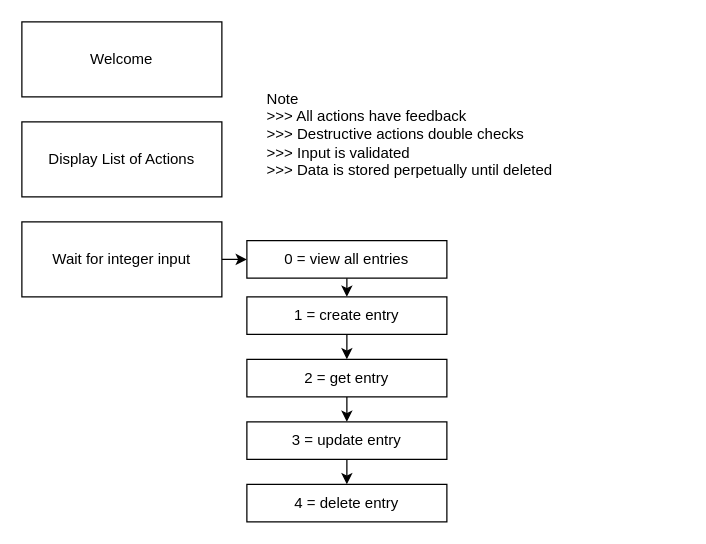
This is page "UX Logic" (1 of 2) of dev/logic.drawio from andodaryl/command-line-journal, a draw.io file, before an edit. Source tidied: cells renumbered, new cells numbered last; positions are measured from the earlier drawing's top-left corner, leaving out a move shared by most shapes. Both pictures are drawn from the tidied source at 125%, with x=0, y=0 at pixel (21, 21).
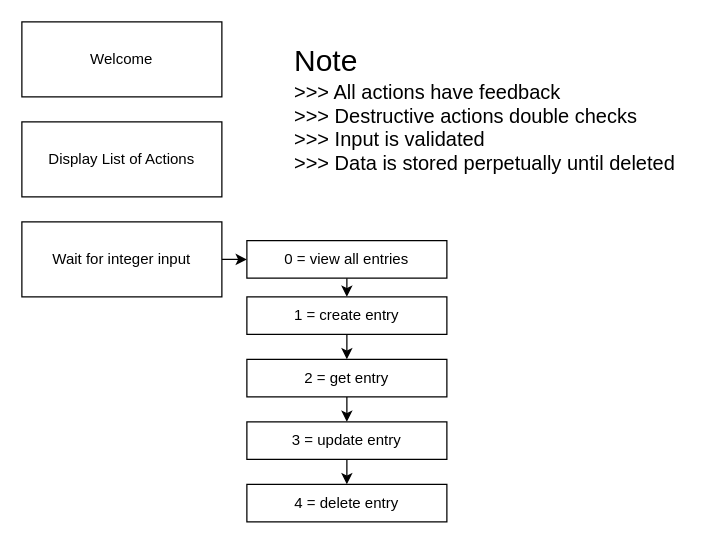
After the change.

Diff of the diagram source:
```diff
@@
 <mxGraphModel>
   <root>
     <mxCell id="0" />
     <mxCell id="1" parent="0" />
     <mxCell id="2" value="Welcome" style="whiteSpace=wrap;html=1;" parent="1" vertex="1">
       <mxGeometry width="160" height="60" as="geometry" />
     </mxCell>
     <mxCell id="3" value="Display List of Actions" style="whiteSpace=wrap;html=1;" parent="1" vertex="1">
       <mxGeometry y="80" width="160" height="60" as="geometry" />
     </mxCell>
     <mxCell id="4" style="edgeStyle=none;html=1;" parent="1" edge="1" source="5" target="7">
       <mxGeometry relative="1" as="geometry" />
     </mxCell>
     <mxCell id="5" value="Wait for integer input" style="whiteSpace=wrap;html=1;" parent="1" vertex="1">
       <mxGeometry y="160" width="160" height="60" as="geometry" />
     </mxCell>
     <mxCell id="6" style="edgeStyle=none;html=1;" parent="1" edge="1" source="7" target="9">
       <mxGeometry relative="1" as="geometry" />
     </mxCell>
     <mxCell id="7" value="0 = view all entries" style="whiteSpace=wrap;html=1;" parent="1" vertex="1">
       <mxGeometry x="180" y="175" width="160" height="30" as="geometry" />
     </mxCell>
     <mxCell id="8" style="edgeStyle=none;html=1;" parent="1" edge="1" source="9" target="11">
       <mxGeometry relative="1" as="geometry" />
     </mxCell>
     <mxCell id="9" value="1 = create entry" style="whiteSpace=wrap;html=1;" parent="1" vertex="1">
       <mxGeometry x="180" y="220" width="160" height="30" as="geometry" />
     </mxCell>
     <mxCell id="10" style="edgeStyle=none;html=1;" parent="1" edge="1" source="11" target="13">
       <mxGeometry relative="1" as="geometry" />
     </mxCell>
     <mxCell id="11" value="2 = get entry" style="whiteSpace=wrap;html=1;" parent="1" vertex="1">
       <mxGeometry x="180" y="270" width="160" height="30" as="geometry" />
     </mxCell>
     <mxCell id="12" style="edgeStyle=none;html=1;" parent="1" edge="1" source="13" target="14">
       <mxGeometry relative="1" as="geometry" />
     </mxCell>
     <mxCell id="13" value="3 = update entry" style="whiteSpace=wrap;html=1;" parent="1" vertex="1">
       <mxGeometry x="180" y="320" width="160" height="30" as="geometry" />
     </mxCell>
     <mxCell id="14" value="4 = delete entry" style="whiteSpace=wrap;html=1;" parent="1" vertex="1">
       <mxGeometry x="180" y="370" width="160" height="30" as="geometry" />
     </mxCell>
-    <mxCell id="15" value="&lt;div style=&quot;text-align: left&quot;&gt;&lt;span&gt;Note&lt;/span&gt;&lt;/div&gt;&lt;div style=&quot;text-align: left&quot;&gt;&lt;span&gt;&amp;gt;&amp;gt;&amp;gt; All actions have feedback&lt;/span&gt;&lt;/div&gt;&lt;div style=&quot;text-align: left&quot;&gt;&lt;span&gt;&amp;gt;&amp;gt;&amp;gt; Destructive actions double checks&lt;/span&gt;&lt;/div&gt;&lt;div style=&quot;text-align: left&quot;&gt;&amp;gt;&amp;gt;&amp;gt; Input is validated&lt;/div&gt;&lt;div style=&quot;text-align: left&quot;&gt;&amp;gt;&amp;gt;&amp;gt; Data is stored perpetually until deleted&lt;/div&gt;" style="text;html=1;align=center;verticalAlign=middle;strokeColor=none;fillColor=none;" parent="1" vertex="1">
-      <mxGeometry x="190" y="50" width="240" height="80" as="geometry" />
+    <mxCell id="15" value="&lt;div style=&quot;text-align: left&quot;&gt;&lt;span&gt;&lt;font style=&quot;font-size: 24px&quot;&gt;Note&lt;/font&gt;&lt;/span&gt;&lt;/div&gt;&lt;div style=&quot;text-align: left&quot;&gt;&lt;span&gt;&lt;font size=&quot;3&quot;&gt;&amp;gt;&amp;gt;&amp;gt; All actions have feedback&lt;/font&gt;&lt;/span&gt;&lt;/div&gt;&lt;div style=&quot;text-align: left&quot;&gt;&lt;span&gt;&lt;font size=&quot;3&quot;&gt;&amp;gt;&amp;gt;&amp;gt; Destructive actions double checks&lt;/font&gt;&lt;/span&gt;&lt;/div&gt;&lt;div style=&quot;text-align: left&quot;&gt;&lt;font size=&quot;3&quot;&gt;&amp;gt;&amp;gt;&amp;gt; Input is validated&lt;/font&gt;&lt;/div&gt;&lt;div style=&quot;text-align: left&quot;&gt;&lt;font size=&quot;3&quot;&gt;&amp;gt;&amp;gt;&amp;gt; Data is stored perpetually until deleted&lt;/font&gt;&lt;/div&gt;" style="text;html=1;align=center;verticalAlign=middle;strokeColor=none;fillColor=none;" parent="1" vertex="1">
+      <mxGeometry x="210" y="30" width="320" height="80" as="geometry" />
     </mxCell>
   </root>
 </mxGraphModel>
```
